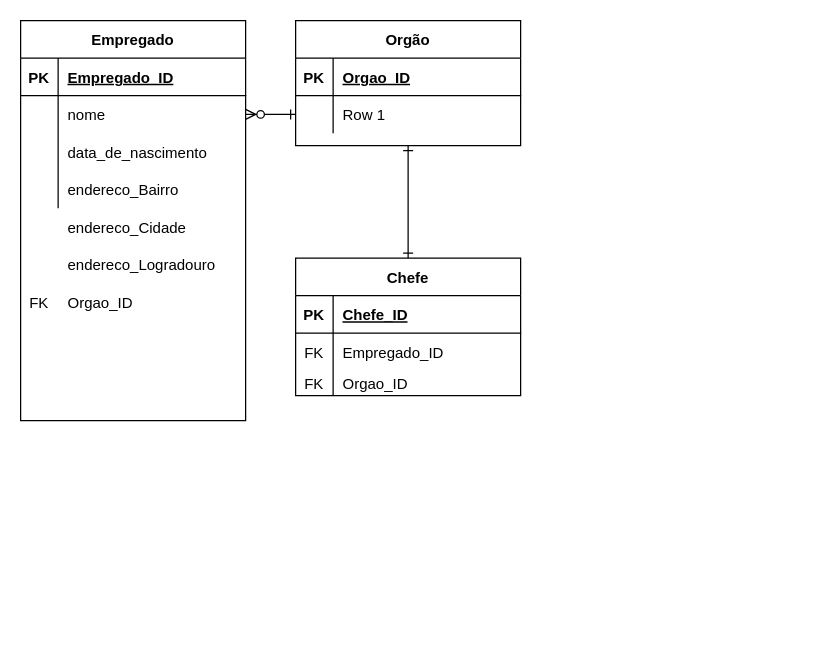
Earlier version of the draw.io diagram Exercício.drawio (manoel-alves/Projeto_Teste). Source tidied: cells renumbered, new cells numbered last; positions are measured from the earlier drawing's top-left corner, leaving out a move shared by most shapes. Both pictures are drawn from the tidied source at 125%, with x=0, y=0 at pixel (20, 20).
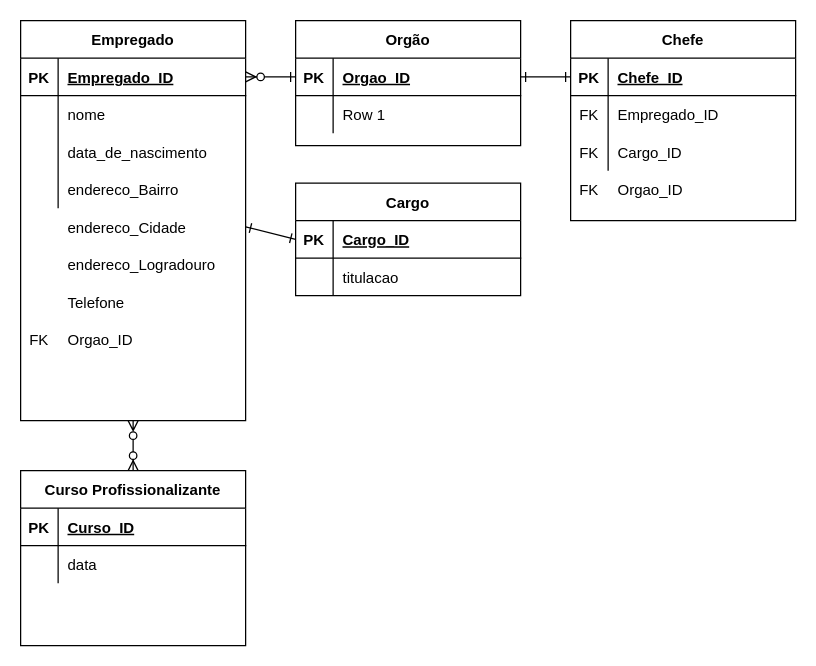
Above is the later version.

Unchanged cells that the change refers to:
```xml
<mxCell id="2" value="Empregado" style="shape=table;startSize=30;childLayout=tableLayout;rowLines=0;fontStyle=1;align=center;" parent="1" vertex="1">
  <mxGeometry width="180" height="320" as="geometry" />
</mxCell>
<mxCell id="3" style="shape=partialRectangle;fillColor=none;top=0;left=0;bottom=1;right=0;points=[[0,0.5],[1,0.5]];portConstraint=eastwest;" parent="2" vertex="1">
  <mxGeometry y="30" width="180" height="30" as="geometry" />
</mxCell>
<mxCell id="6" style="shape=partialRectangle;fillColor=none;top=0;left=0;bottom=0;right=0;points=[[0,0.5],[1,0.5]];portConstraint=eastwest;" parent="2" vertex="1">
  <mxGeometry y="60" width="180" height="30" as="geometry" />
</mxCell>
<mxCell id="16" style="shape=partialRectangle;fillColor=none;top=0;left=0;bottom=1;right=0;points=[[0,0.5],[1,0.5]];portConstraint=eastwest;" parent="15" vertex="1">
  <mxGeometry y="30" width="180" height="30" as="geometry" />
</mxCell>
<mxCell id="25" value="Orgão" style="shape=table;startSize=30;childLayout=tableLayout;rowLines=0;fontStyle=1;align=center;" parent="1" vertex="1">
  <mxGeometry x="220" width="180" height="100" as="geometry" />
</mxCell>
<mxCell id="26" style="shape=partialRectangle;fillColor=none;top=0;left=0;bottom=1;right=0;points=[[0,0.5],[1,0.5]];portConstraint=eastwest;" parent="25" vertex="1">
  <mxGeometry y="30" width="180" height="30" as="geometry" />
</mxCell>
<mxCell id="29" style="shape=partialRectangle;fillColor=none;top=0;left=0;bottom=0;right=0;points=[[0,0.5],[1,0.5]];portConstraint=eastwest;" parent="25" vertex="1">
  <mxGeometry y="60" width="180" height="30" as="geometry" />
</mxCell>
<mxCell id="34" style="shape=partialRectangle;fillColor=none;top=0;left=0;bottom=0;right=0;points=[[0,0.5],[1,0.5]];portConstraint=eastwest;" parent="1" vertex="1">
  <mxGeometry y="150" width="180" height="30" as="geometry" />
</mxCell>
```

What changed in the source:
```diff
@@
+    <mxCell id="43" style="edgeStyle=none;rounded=0;jettySize=auto;html=1;startArrow=ERone;startFill=0;endArrow=ERone;endFill=0;verticalAlign=middle;entryX=0;entryY=0.5;entryDx=0;entryDy=0;exitX=1;exitY=0.5;exitDx=0;exitDy=0;" parent="1" edge="1" source="34" target="45">
+      <mxGeometry relative="1" as="geometry" />
+    </mxCell>
@@
     <mxCell id="15" value="Chefe" style="shape=table;startSize=30;childLayout=tableLayout;rowLines=0;fontStyle=1;align=center;" parent="1" vertex="1">
-      <mxGeometry x="220" y="190" width="180" height="110" as="geometry" />
+      <mxGeometry x="440" width="180" height="160" as="geometry" />
     </mxCell>
@@
     <mxCell id="22" style="shape=partialRectangle;fillColor=none;top=0;left=0;bottom=0;right=0;" parent="15" vertex="1">
-      <mxGeometry y="90" width="180" height="20" as="geometry" />
+      <mxGeometry y="90" width="180" height="30" as="geometry" />
     </mxCell>
     <mxCell id="23" value="FK" style="shape=partialRectangle;fillColor=none;top=0;left=0;bottom=0;right=0;overflow=hidden;" parent="22" vertex="1">
-      <mxGeometry width="30" height="20" as="geometry" />
+      <mxGeometry width="30" height="30" as="geometry" />
     </mxCell>
-    <mxCell id="24" value="Orgao_ID" style="shape=partialRectangle;fillColor=none;top=0;left=0;bottom=0;right=0;align=left;spacingLeft=6;overflow=hidden;" parent="22" vertex="1">
-      <mxGeometry x="30" width="150" height="20" as="geometry" />
+    <mxCell id="24" value="Cargo_ID" style="shape=partialRectangle;fillColor=none;top=0;left=0;bottom=0;right=0;align=left;spacingLeft=6;overflow=hidden;" parent="22" vertex="1">
+      <mxGeometry x="30" width="150" height="30" as="geometry" />
     </mxCell>
@@
-    <mxCell id="32" style="fontSize=12;html=1;endArrow=ERone;startArrow=ERone;rounded=0;verticalAlign=middle;entryX=0.5;entryY=1;entryDx=0;entryDy=0;exitX=0.5;exitY=0;exitDx=0;exitDy=0;startFill=0;endFill=0;" parent="1" edge="1" source="15" target="25">
+    <mxCell id="32" style="fontSize=12;html=1;endArrow=ERone;startArrow=ERone;rounded=0;verticalAlign=middle;entryX=1;entryY=0.5;entryDx=0;entryDy=0;exitX=0;exitY=0.5;exitDx=0;exitDy=0;startFill=0;endFill=0;" parent="1" edge="1" source="16" target="26">
       <mxGeometry relative="1" as="geometry" />
     </mxCell>
-    <mxCell id="33" style="edgeStyle=none;rounded=0;jettySize=auto;html=1;entryX=0;entryY=0.5;entryDx=0;entryDy=0;startArrow=ERzeroToMany;startFill=1;endArrow=ERone;endFill=0;verticalAlign=middle;" parent="1" edge="1" source="6" target="29">
+    <mxCell id="33" style="edgeStyle=none;rounded=0;jettySize=auto;html=1;entryX=0;entryY=0.5;entryDx=0;entryDy=0;startArrow=ERzeroToMany;startFill=1;endArrow=ERone;endFill=0;verticalAlign=middle;exitX=1;exitY=0.5;exitDx=0;exitDy=0;" parent="1" edge="1" source="3" target="26">
       <mxGeometry relative="1" as="geometry" />
     </mxCell>
@@
     <mxCell id="40" style="shape=partialRectangle;fillColor=none;top=0;left=0;bottom=0;right=0;" parent="1" vertex="1">
-      <mxGeometry y="210" width="180" height="30" as="geometry" />
+      <mxGeometry y="240" width="180" height="30" as="geometry" />
     </mxCell>
@@
+    <mxCell id="44" value="Cargo" style="shape=table;startSize=30;childLayout=tableLayout;rowLines=0;fontStyle=1;align=center;" parent="1" vertex="1">
+      <mxGeometry x="220" y="130" width="180" height="90" as="geometry" />
+    </mxCell>
+    <mxCell id="45" style="shape=partialRectangle;fillColor=none;top=0;left=0;bottom=1;right=0;points=[[0,0.5],[1,0.5]];portConstraint=eastwest;" parent="44" vertex="1">
+      <mxGeometry y="30" width="180" height="30" as="geometry" />
+    </mxCell>
+    <mxCell id="46" value="PK" style="shape=partialRectangle;fillColor=none;top=0;left=0;bottom=0;right=0;fontStyle=1;overflow=hidden;" parent="45" vertex="1">
+      <mxGeometry width="30" height="30" as="geometry" />
+    </mxCell>
+    <mxCell id="47" value="Cargo_ID" style="shape=partialRectangle;fillColor=none;top=0;left=0;bottom=0;right=0;align=left;spacingLeft=6;fontStyle=5;overflow=hidden;" parent="45" vertex="1">
+      <mxGeometry x="30" width="150" height="30" as="geometry" />
+    </mxCell>
+    <mxCell id="48" style="shape=partialRectangle;fillColor=none;top=0;left=0;bottom=0;right=0;" parent="44" vertex="1">
+      <mxGeometry y="60" width="180" height="30" as="geometry" />
+    </mxCell>
+    <mxCell id="49" style="shape=partialRectangle;fillColor=none;top=0;left=0;bottom=0;right=0;overflow=hidden;" parent="48" vertex="1">
+      <mxGeometry width="30" height="30" as="geometry" />
+    </mxCell>
+    <mxCell id="50" value="titulacao" style="shape=partialRectangle;fillColor=none;top=0;left=0;bottom=0;right=0;align=left;spacingLeft=6;overflow=hidden;" parent="48" vertex="1">
+      <mxGeometry x="30" width="150" height="30" as="geometry" />
+    </mxCell>
+    <mxCell id="51" style="shape=partialRectangle;fillColor=none;top=0;left=0;bottom=0;right=0;" parent="1" vertex="1">
+      <mxGeometry x="440" y="120" width="180" height="30" as="geometry" />
+    </mxCell>
+    <mxCell id="52" value="FK" style="shape=partialRectangle;fillColor=none;top=0;left=0;bottom=0;right=0;overflow=hidden;" parent="51" vertex="1">
+      <mxGeometry width="30" height="30" as="geometry" />
+    </mxCell>
+    <mxCell id="53" value="Orgao_ID" style="shape=partialRectangle;fillColor=none;top=0;left=0;bottom=0;right=0;align=left;spacingLeft=6;overflow=hidden;" parent="51" vertex="1">
+      <mxGeometry x="30" width="150" height="30" as="geometry" />
+    </mxCell>
+    <mxCell id="54" style="edgeStyle=none;rounded=0;jettySize=auto;html=1;entryX=0.5;entryY=1;entryDx=0;entryDy=0;startArrow=ERzeroToMany;startFill=1;endArrow=ERzeroToMany;endFill=0;verticalAlign=middle;" parent="1" edge="1" source="55" target="2">
+      <mxGeometry relative="1" as="geometry" />
+    </mxCell>
+    <mxCell id="55" value="Curso Profissionalizante" style="shape=table;startSize=30;childLayout=tableLayout;rowLines=0;fontStyle=1;align=center;" parent="1" vertex="1">
+      <mxGeometry y="360" width="180" height="140" as="geometry" />
+    </mxCell>
+    <mxCell id="56" style="shape=partialRectangle;fillColor=none;top=0;left=0;bottom=1;right=0;" parent="55" vertex="1">
+      <mxGeometry y="30" width="180" height="30" as="geometry" />
+    </mxCell>
+    <mxCell id="57" value="PK" style="shape=partialRectangle;fillColor=none;top=0;left=0;bottom=0;right=0;fontStyle=1;overflow=hidden;" parent="56" vertex="1">
+      <mxGeometry width="30" height="30" as="geometry" />
+    </mxCell>
+    <mxCell id="58" value="Curso_ID" style="shape=partialRectangle;fillColor=none;top=0;left=0;bottom=0;right=0;align=left;spacingLeft=6;fontStyle=5;overflow=hidden;" parent="56" vertex="1">
+      <mxGeometry x="30" width="150" height="30" as="geometry" />
+    </mxCell>
+    <mxCell id="59" style="shape=partialRectangle;fillColor=none;top=0;left=0;bottom=0;right=0;" parent="55" vertex="1">
+      <mxGeometry y="60" width="180" height="30" as="geometry" />
+    </mxCell>
+    <mxCell id="60" style="shape=partialRectangle;fillColor=none;top=0;left=0;bottom=0;right=0;overflow=hidden;" parent="59" vertex="1">
+      <mxGeometry width="30" height="30" as="geometry" />
+    </mxCell>
+    <mxCell id="61" value="data" style="shape=partialRectangle;fillColor=none;top=0;left=0;bottom=0;right=0;align=left;spacingLeft=6;overflow=hidden;" parent="59" vertex="1">
+      <mxGeometry x="30" width="150" height="30" as="geometry" />
+    </mxCell>
+    <mxCell id="62" style="shape=partialRectangle;fillColor=none;top=0;left=0;bottom=0;right=0;" parent="1" vertex="1">
+      <mxGeometry y="450" width="180" height="30" as="geometry" />
+    </mxCell>
+    <mxCell id="63" style="shape=partialRectangle;fillColor=none;top=0;left=0;bottom=0;right=0;overflow=hidden;" parent="62" vertex="1">
+      <mxGeometry width="30" height="30" as="geometry" />
+    </mxCell>
+    <mxCell id="64" style="shape=partialRectangle;fillColor=none;top=0;left=0;bottom=0;right=0;align=left;spacingLeft=6;overflow=hidden;" parent="62" vertex="1">
+      <mxGeometry x="30" width="150" height="30" as="geometry" />
+    </mxCell>
+    <mxCell id="65" style="shape=partialRectangle;fillColor=none;top=0;left=0;bottom=0;right=0;" parent="1" vertex="1">
+      <mxGeometry y="210" width="180" height="30" as="geometry" />
+    </mxCell>
+    <mxCell id="66" style="shape=partialRectangle;fillColor=none;top=0;left=0;bottom=0;right=0;overflow=hidden;" parent="65" vertex="1">
+      <mxGeometry width="30" height="30" as="geometry" />
+    </mxCell>
+    <mxCell id="67" value="Telefone" style="shape=partialRectangle;fillColor=none;top=0;left=0;bottom=0;right=0;align=left;spacingLeft=6;overflow=hidden;" parent="65" vertex="1">
+      <mxGeometry x="30" width="150" height="30" as="geometry" />
+    </mxCell>
```
